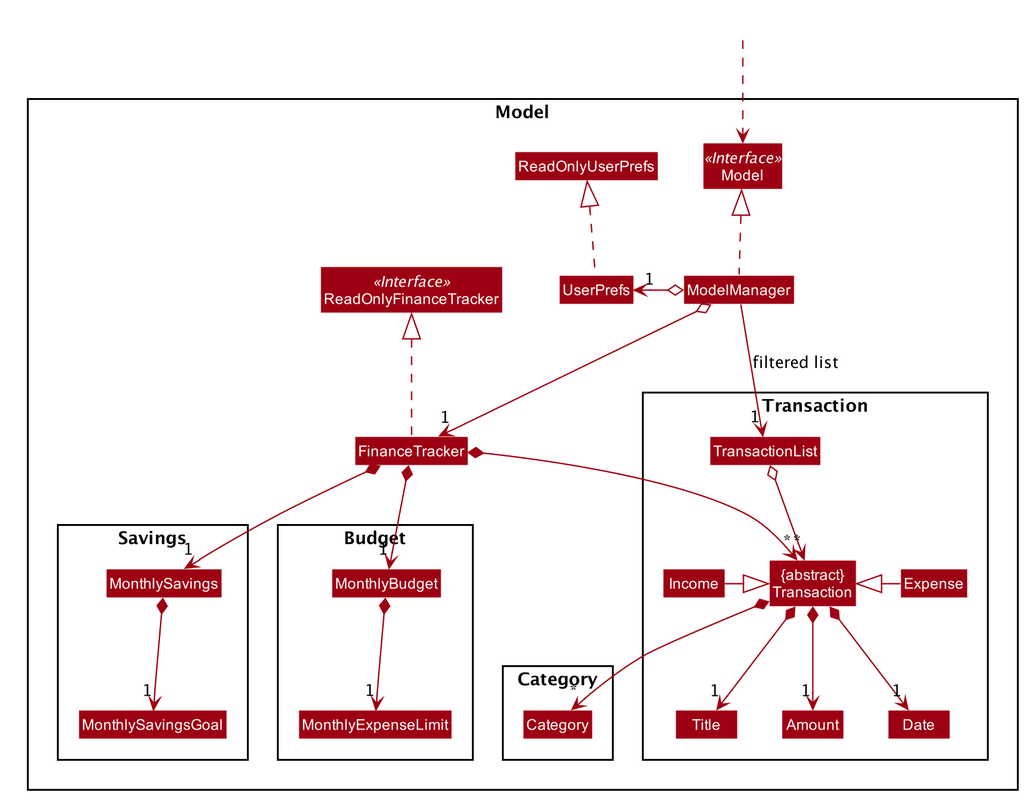
Before: images/ModelClassDiagram.png, a diagram exported from PlantUML (wltan/tp).
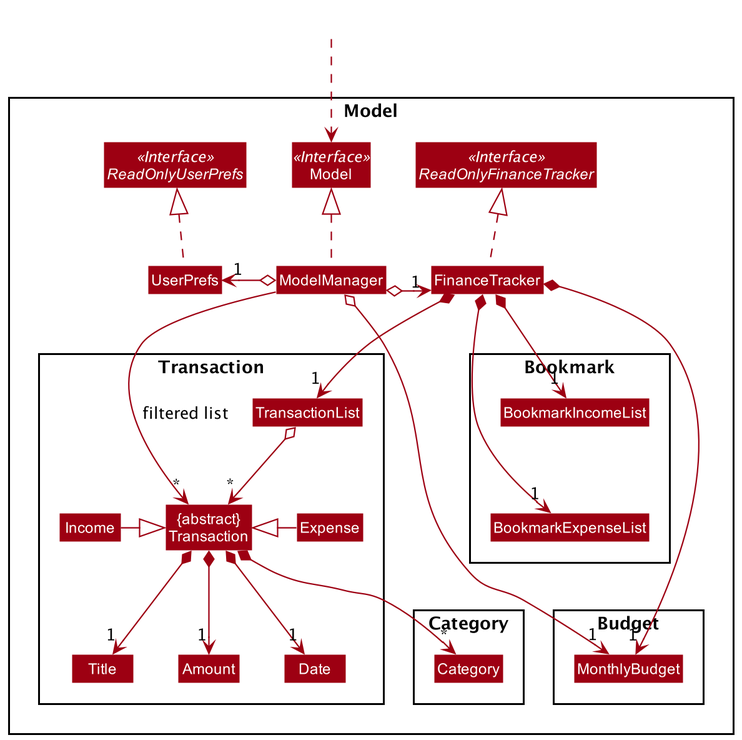
After the change.

Change to the diagram source:
```diff
@@ -1,65 +1,17 @@
 @startuml
-
-
-
-
-
-
-
-
-skinparam BackgroundColor #FFFFFFF
-
-skinparam Shadowing false
-
-skinparam Class {
-    FontColor #FFFFFF
-    BorderThickness 1
-    BorderColor #FFFFFF
-    StereotypeFontColor #FFFFFF
-    FontName Arial
-}
-
-skinparam Actor {
-    BorderColor #000000
-    Color #000000
-    FontName Arial
-}
-
-skinparam Sequence {
-    MessageAlign center
-    BoxFontSize 15
-    BoxPadding 0
-    BoxFontColor #FFFFFF
-    FontName Arial
-}
-
-skinparam Participant {
-    FontColor #FFFFFFF
-    Padding 20
-}
-
-skinparam MinClassWidth 50
-skinparam ParticipantPadding 10
-skinparam Shadowing false
-skinparam DefaultTextAlignment center
-skinparam packageStyle Rectangle
-
-hide footbox
-hide members
-hide circle
+!include style.puml
 skinparam arrowThickness 1.1
-skinparam arrowColor #9D0012
-skinparam classBackgroundColor #9D0012
+skinparam arrowColor MODEL_COLOR
+skinparam classBackgroundColor MODEL_COLOR
 
 Package Model <<Rectangle>>{
 Interface ReadOnlyFinanceTracker <<Interface>>
 Interface Model <<Interface>>
+Interface ReadOnlyUserPrefs <<Interface>>
 Class FinanceTracker
-Class ReadOnlyFinanceTracker
 Class Model
 Class ModelManager
 Class UserPrefs
-Class ReadOnlyUserPrefs
 
 Package Transaction {
 Class "{abstract}\nTransaction" as Transaction
@@ -77,12 +29,11 @@
 
 Package Budget {
 Class MonthlyBudget
-Class MonthlyExpenseLimit
 }
 
-Package Savings {
-Class MonthlySavings
-Class MonthlySavingsGoal
+Package Bookmark {
+Class BookmarkExpenseList
+Class BookmarkIncomeList
 }
 }
 
@@ -96,7 +47,7 @@
 ModelManager o-left-> "1" UserPrefs
 UserPrefs .up.|> ReadOnlyUserPrefs
 
-FinanceTracker *--> "*" Transaction
+FinanceTracker *--> "1" TransactionList
 TransactionList o--> "*" Transaction
 Expense -left-|> Transaction
 Income -right-|> Transaction
@@ -105,13 +56,17 @@
 Transaction *--> "1" Date
 Transaction *--> "*" Category
 
-FinanceTracker *--> "1" MonthlySavings
-MonthlySavings *--> "1" MonthlySavingsGoal
+FinanceTracker *--> "1" BookmarkExpenseList
+FinanceTracker *--> "1" BookmarkIncomeList
+
 FinanceTracker *--> "1" MonthlyBudget
-MonthlyBudget *--> "1" MonthlyExpenseLimit
 
-Title -[hidden]right-> Amount
-Amount -[hidden]right-> Date
+TransactionList -[hidden]right-> BookmarkExpenseList
+BookmarkIncomeList -[hidden]down-> BookmarkExpenseList
+BookmarkExpenseList -[hidden]down-> MonthlyBudget
+ModelManager -[hidden]right-> FinanceTracker
 
-ModelManager -->"1" TransactionList : filtered list
+ModelManager --> "*" Transaction : filtered list
+ModelManager o--> "1" MonthlyBudget
+
 @enduml
```
